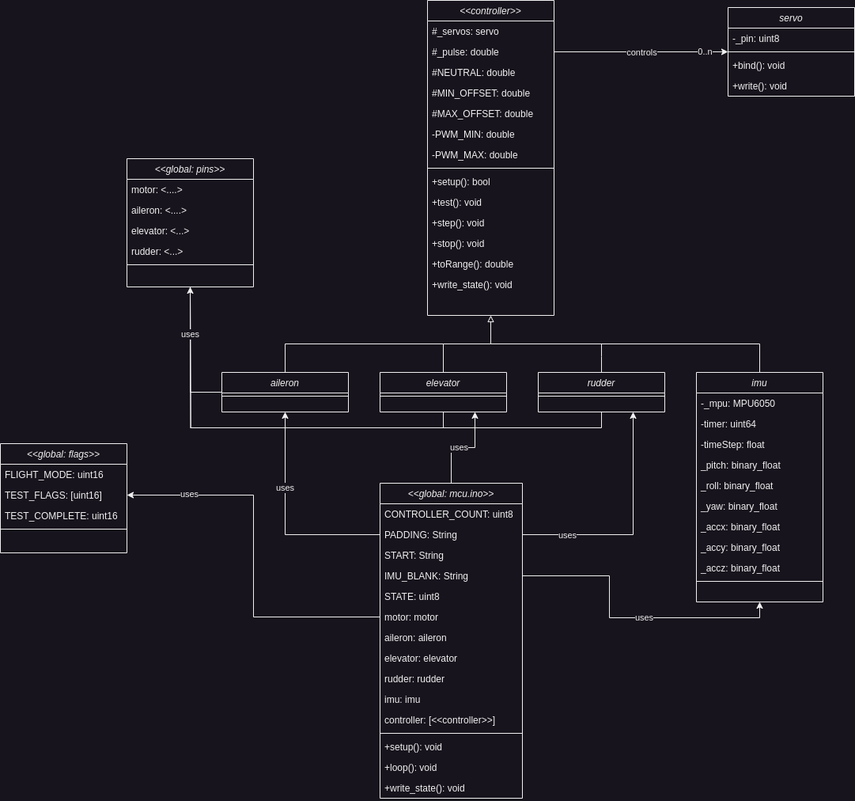
dev-jtemel/rc_plane keeps this draw.io diagram as resources/mcu_uml.png. Above is the earlier version. Source tidied: cells renumbered, new cells last; positions are measured from the earlier drawing's top-left corner, leaving out a move shared by most shapes.
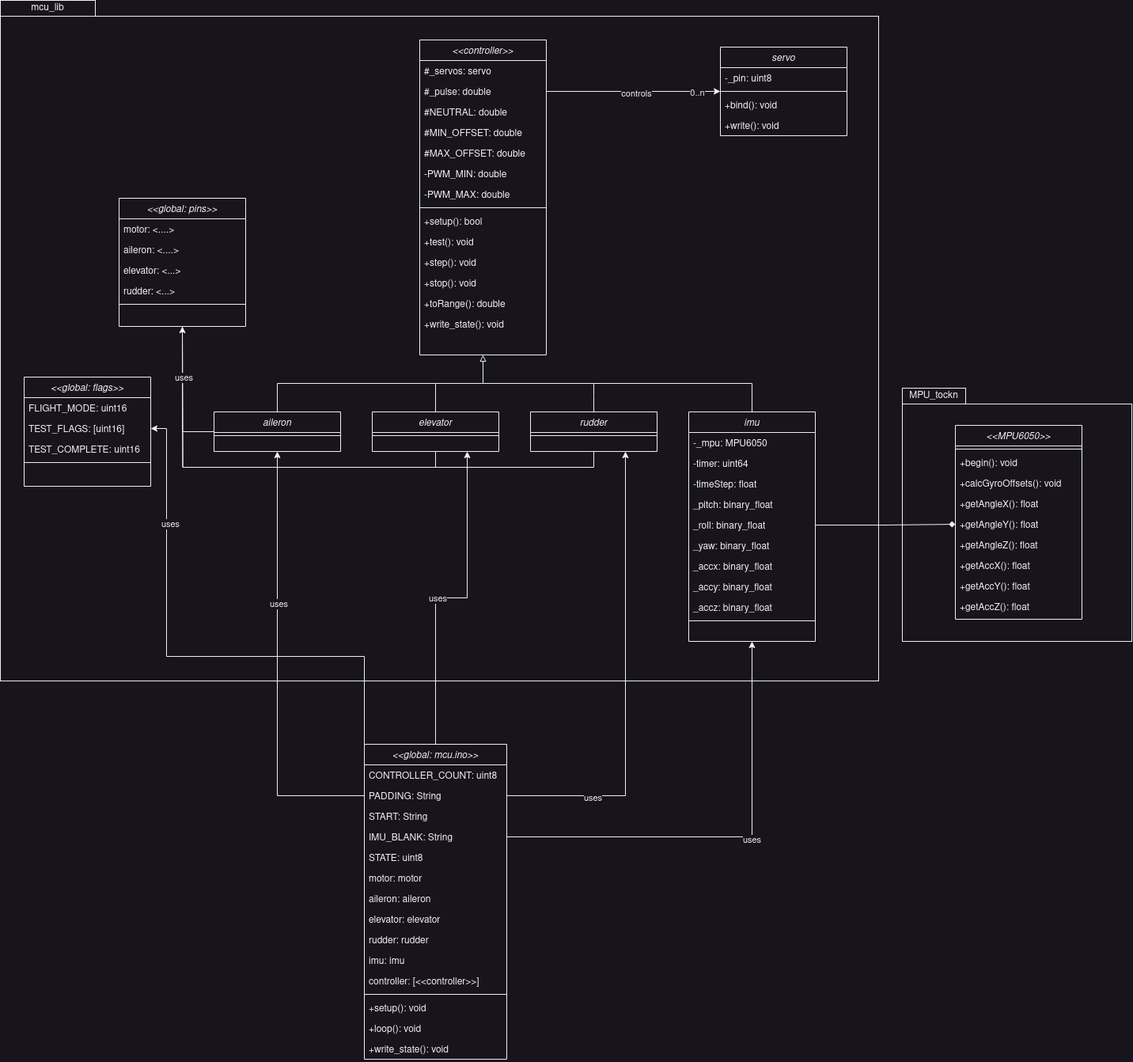
The same diagram one commit later.

What changed in the source:
```diff
@@ -2,6 +2,12 @@
   <root>
     <mxCell id="0" />
     <mxCell id="1" parent="0" />
+    <mxCell id="87" style="rounded=0;whiteSpace=wrap;html=1;fillColor=none;" parent="1" vertex="1">
+      <mxGeometry x="1150" y="460" width="290" height="300" as="geometry" />
+    </mxCell>
+    <mxCell id="88" style="rounded=0;whiteSpace=wrap;html=1;fillColor=none;" parent="1" vertex="1">
+      <mxGeometry x="10" y="-30" width="1110" height="840" as="geometry" />
+    </mxCell>
     <mxCell id="2" value="&lt;&lt;controller&gt;&gt;" style="swimlane;fontStyle=2;align=center;verticalAlign=top;horizontal=1;startSize=26;rounded=0;shadow=0;strokeWidth=1;" parent="1" vertex="1">
       <mxGeometry x="540" width="160" height="398" as="geometry" />
     </mxCell>
@@ -48,7 +54,7 @@
       <mxGeometry y="346" width="160" height="26" as="geometry" />
     </mxCell>
     <mxCell id="17" value="&lt;&lt;global: flags&gt;&gt;" style="swimlane;fontStyle=2;align=center;verticalAlign=top;horizontal=1;startSize=26;rounded=0;shadow=0;strokeWidth=1;" parent="1" vertex="1">
-      <mxGeometry y="560" width="160" height="138" as="geometry" />
+      <mxGeometry x="40" y="426" width="160" height="138" as="geometry" />
     </mxCell>
     <mxCell id="18" value="FLIGHT_MODE: uint16" style="text;align=left;verticalAlign=top;spacingLeft=4;spacingRight=4;overflow=hidden;" parent="17" vertex="1">
       <mxGeometry y="26" width="160" height="26" as="geometry" />
@@ -206,7 +212,7 @@
       <mxGeometry x="-0.11" y="1" relative="1" as="geometry" />
     </mxCell>
     <mxCell id="63" value="&lt;&lt;global: mcu.ino&gt;&gt;" style="swimlane;fontStyle=2;align=center;verticalAlign=top;horizontal=1;startSize=26;rounded=0;shadow=0;strokeWidth=1;" parent="1" vertex="1">
-      <mxGeometry x="480" y="610" width="180" height="398" as="geometry" />
+      <mxGeometry x="470" y="890" width="180" height="398" as="geometry" />
     </mxCell>
     <mxCell id="64" value="CONTROLLER_COUNT: uint8" style="text;align=left;verticalAlign=top;spacingLeft=4;spacingRight=4;overflow=hidden;" parent="63" vertex="1">
       <mxGeometry y="26" width="180" height="26" as="geometry" />
@@ -276,10 +282,54 @@
       </mxGeometry>
     </mxCell>
     <mxCell id="85" style="edgeStyle=orthogonalEdgeStyle;rounded=0;jettySize=auto;html=1;exitX=0;exitY=0.5;exitDx=0;exitDy=0;entryX=1;entryY=0.5;entryDx=0;entryDy=0;" parent="1" edge="1" source="69" target="19">
-      <mxGeometry relative="1" as="geometry" />
+      <mxGeometry relative="1" as="geometry">
+        <Array as="points">
+          <mxPoint x="220" y="779" />
+          <mxPoint x="220" y="491" />
+        </Array>
+      </mxGeometry>
     </mxCell>
     <mxCell id="86" value="uses" style="edgeLabel;html=1;align=center;verticalAlign=middle;" parent="85" vertex="1">
       <mxGeometry x="0.67" y="-2" relative="1" as="geometry" />
     </mxCell>
+    <mxCell id="89" value="mcu_lib" style="rounded=0;whiteSpace=wrap;html=1;" parent="1" vertex="1">
+      <mxGeometry x="10" y="-50" width="120" height="20" as="geometry" />
+    </mxCell>
+    <mxCell id="90" value="&lt;&lt;MPU6050&gt;&gt;" style="swimlane;fontStyle=2;align=center;verticalAlign=top;horizontal=1;startSize=26;rounded=0;shadow=0;strokeWidth=1;" parent="1" vertex="1">
+      <mxGeometry x="1217" y="487" width="160" height="245" as="geometry" />
+    </mxCell>
+    <mxCell id="91" style="line;html=1;strokeWidth=1;align=left;verticalAlign=middle;spacingTop=-1;spacingLeft=3;spacingRight=3;labelPosition=right;" parent="90" vertex="1">
+      <mxGeometry y="26" width="160" height="8" as="geometry" />
+    </mxCell>
+    <mxCell id="92" value="+begin(): void" style="text;align=left;verticalAlign=top;spacingLeft=4;spacingRight=4;overflow=hidden;rounded=0;shadow=0;html=0;" parent="90" vertex="1">
+      <mxGeometry y="34" width="160" height="26" as="geometry" />
+    </mxCell>
+    <mxCell id="93" value="+calcGyroOffsets(): void" style="text;align=left;verticalAlign=top;spacingLeft=4;spacingRight=4;overflow=hidden;rounded=0;shadow=0;html=0;" parent="90" vertex="1">
+      <mxGeometry y="60" width="160" height="26" as="geometry" />
+    </mxCell>
+    <mxCell id="94" value="+getAngleX(): float" style="text;align=left;verticalAlign=top;spacingLeft=4;spacingRight=4;overflow=hidden;rounded=0;shadow=0;html=0;" parent="90" vertex="1">
+      <mxGeometry y="86" width="160" height="26" as="geometry" />
+    </mxCell>
+    <mxCell id="95" value="+getAngleY(): float" style="text;align=left;verticalAlign=top;spacingLeft=4;spacingRight=4;overflow=hidden;points=[[0,0.5],[1,0.5]];portConstraint=eastwest;rounded=0;shadow=0;html=0;" parent="90" vertex="1">
+      <mxGeometry y="112" width="160" height="26" as="geometry" />
+    </mxCell>
+    <mxCell id="96" value="+getAngleZ(): float" style="text;align=left;verticalAlign=top;spacingLeft=4;spacingRight=4;overflow=hidden;rounded=0;shadow=0;html=0;" parent="90" vertex="1">
+      <mxGeometry y="138" width="160" height="26" as="geometry" />
+    </mxCell>
+    <mxCell id="97" value="+getAccX(): float" style="text;align=left;verticalAlign=top;spacingLeft=4;spacingRight=4;overflow=hidden;rounded=0;shadow=0;html=0;" parent="90" vertex="1">
+      <mxGeometry y="164" width="160" height="26" as="geometry" />
+    </mxCell>
+    <mxCell id="98" value="+getAccY(): float" style="text;align=left;verticalAlign=top;spacingLeft=4;spacingRight=4;overflow=hidden;rounded=0;shadow=0;html=0;" parent="90" vertex="1">
+      <mxGeometry y="190" width="160" height="26" as="geometry" />
+    </mxCell>
+    <mxCell id="99" value="+getAccZ(): float" style="text;align=left;verticalAlign=top;spacingLeft=4;spacingRight=4;overflow=hidden;rounded=0;shadow=0;html=0;" parent="90" vertex="1">
+      <mxGeometry y="216" width="160" height="26" as="geometry" />
+    </mxCell>
+    <mxCell id="100" style="edgeStyle=orthogonalEdgeStyle;rounded=0;jettySize=auto;html=1;exitX=1;exitY=0.5;exitDx=0;exitDy=0;entryX=0;entryY=0.5;entryDx=0;entryDy=0;endArrow=diamond;endFill=1;" parent="1" edge="1" source="55" target="95">
+      <mxGeometry relative="1" as="geometry" />
+    </mxCell>
+    <mxCell id="101" value="MPU_tockn" style="rounded=0;whiteSpace=wrap;html=1;" parent="1" vertex="1">
+      <mxGeometry x="1150" y="440" width="80" height="20" as="geometry" />
+    </mxCell>
   </root>
 </mxGraphModel>
```
